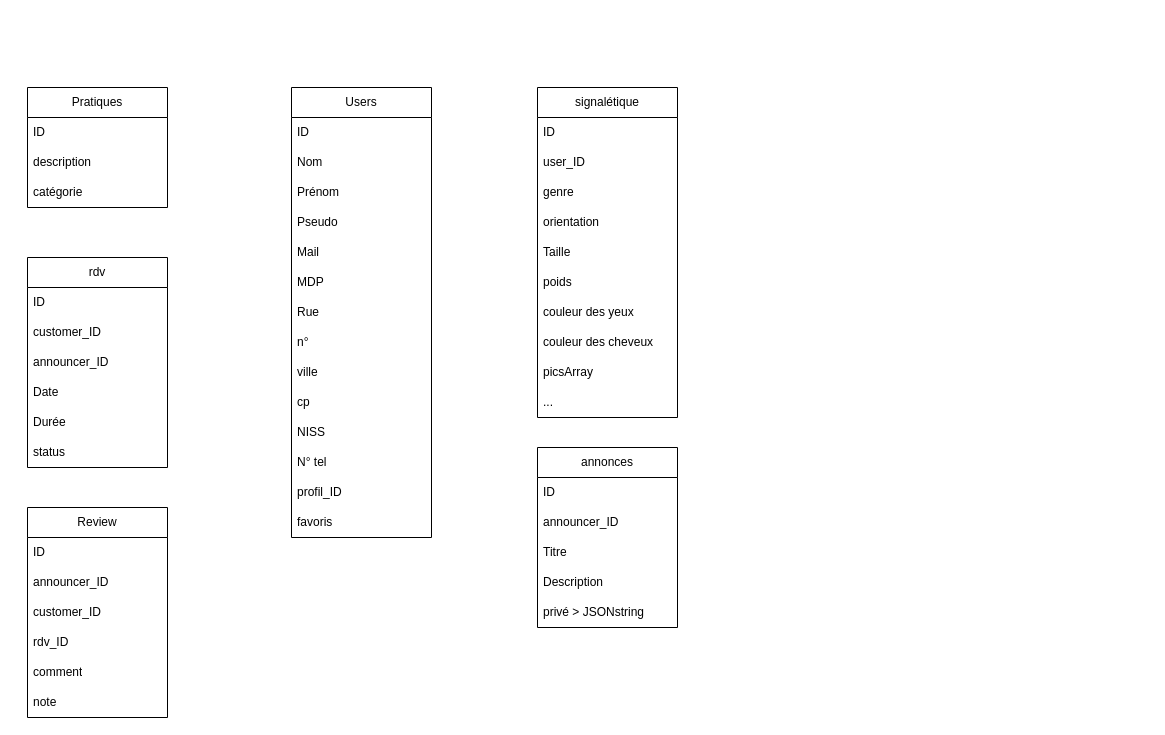
Before: Diagramme sans nom.drawio in Coudji/mydraws, a draw.io diagram. Source tidied: cells renumbered, new cells numbered last; positions are measured from the earlier drawing's top-left corner, leaving out a move shared by most shapes. Both pictures are drawn from the tidied source at 100%, with x=0, y=0 at pixel (27, 87).
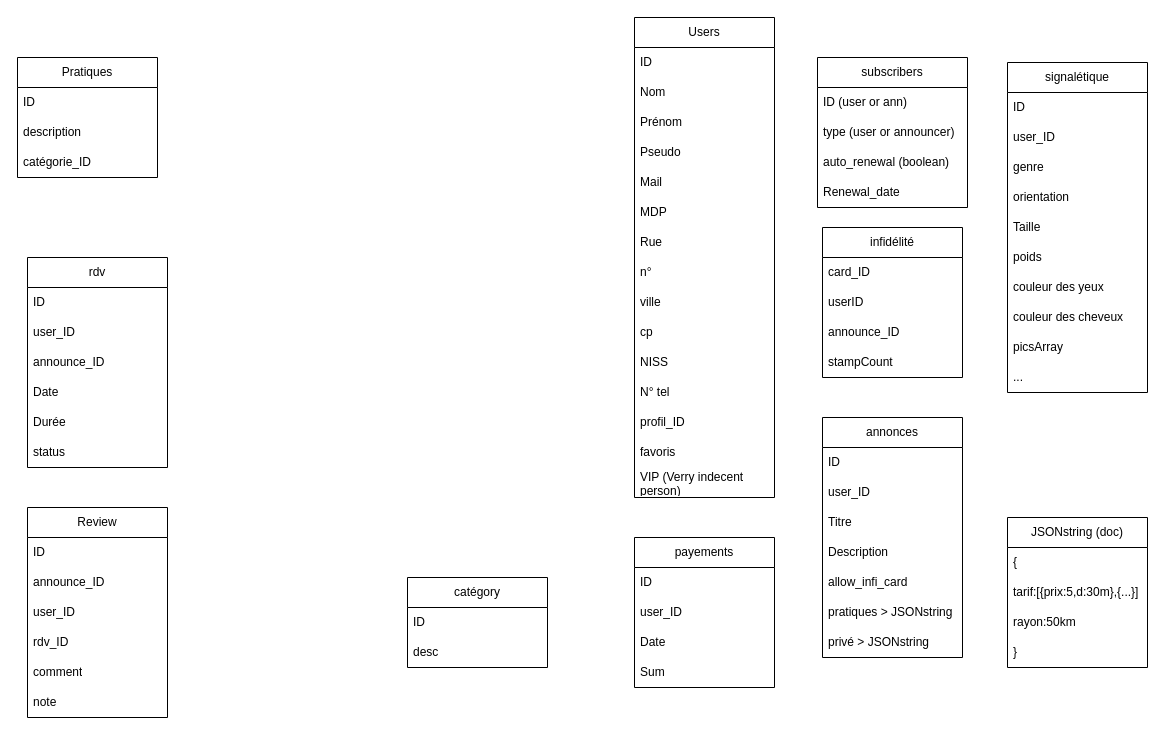
After the change.

Commit message:
Mettre à jour Diagramme sans nom.drawio

The change refers to these unchanged cells:
```xml
<mxCell id="32" value="rdv" style="swimlane;fontStyle=0;horizontal=1;startSize=30;whiteSpace=wrap;html=1;" parent="1" vertex="1">
  <mxGeometry y="170" width="140" height="210" as="geometry" />
</mxCell>
<mxCell id="39" value="Review" style="swimlane;fontStyle=0;horizontal=1;startSize=30;whiteSpace=wrap;html=1;" parent="1" vertex="1">
  <mxGeometry y="420" width="140" height="210" as="geometry" />
</mxCell>
```

Change to the diagram source:
```diff
@@
     <mxCell id="2" value="Users" style="swimlane;fontStyle=0;horizontal=1;startSize=30;whiteSpace=wrap;html=1;" parent="1" vertex="1">
-      <mxGeometry x="264" width="140" height="450" as="geometry" />
+      <mxGeometry x="607" y="-70" width="140" height="480" as="geometry" />
     </mxCell>
@@
+    <mxCell id="52" value="VIP (Verry indecent person)" style="text;strokeColor=none;fillColor=none;align=left;verticalAlign=middle;spacingLeft=4;spacingRight=4;overflow=hidden;whiteSpace=wrap;html=1;" parent="2" vertex="1">
+      <mxGeometry y="450" width="140" height="30" as="geometry" />
+    </mxCell>
     <mxCell id="17" value="signalétique" style="swimlane;fontStyle=0;horizontal=1;startSize=30;whiteSpace=wrap;html=1;" parent="1" vertex="1">
-      <mxGeometry x="510" width="140" height="330" as="geometry" />
+      <mxGeometry x="980" y="-25" width="140" height="330" as="geometry" />
     </mxCell>
@@
     <mxCell id="28" value="Pratiques" style="swimlane;fontStyle=0;horizontal=1;startSize=30;whiteSpace=wrap;html=1;" parent="1" vertex="1">
-      <mxGeometry width="140" height="120" as="geometry" />
+      <mxGeometry x="-10" y="-30" width="140" height="120" as="geometry" />
     </mxCell>
@@
-    <mxCell id="31" value="catégorie" style="text;strokeColor=none;fillColor=none;align=left;verticalAlign=middle;spacingLeft=4;spacingRight=4;overflow=hidden;whiteSpace=wrap;html=1;" parent="28" vertex="1">
+    <mxCell id="31" value="catégorie_ID" style="text;strokeColor=none;fillColor=none;align=left;verticalAlign=middle;spacingLeft=4;spacingRight=4;overflow=hidden;whiteSpace=wrap;html=1;" parent="28" vertex="1">
       <mxGeometry y="90" width="140" height="30" as="geometry" />
     </mxCell>
@@
-    <mxCell id="34" value="customer_ID" style="text;strokeColor=none;fillColor=none;align=left;verticalAlign=middle;spacingLeft=4;spacingRight=4;overflow=hidden;whiteSpace=wrap;html=1;" parent="32" vertex="1">
+    <mxCell id="34" value="user_ID" style="text;strokeColor=none;fillColor=none;align=left;verticalAlign=middle;spacingLeft=4;spacingRight=4;overflow=hidden;whiteSpace=wrap;html=1;" parent="32" vertex="1">
       <mxGeometry y="60" width="140" height="30" as="geometry" />
     </mxCell>
-    <mxCell id="35" value="announcer_ID" style="text;strokeColor=none;fillColor=none;align=left;verticalAlign=middle;spacingLeft=4;spacingRight=4;overflow=hidden;whiteSpace=wrap;html=1;" parent="32" vertex="1">
+    <mxCell id="35" value="announce_ID" style="text;strokeColor=none;fillColor=none;align=left;verticalAlign=middle;spacingLeft=4;spacingRight=4;overflow=hidden;whiteSpace=wrap;html=1;" parent="32" vertex="1">
       <mxGeometry y="90" width="140" height="30" as="geometry" />
     </mxCell>
@@
-    <mxCell id="41" value="announcer_ID" style="text;strokeColor=none;fillColor=none;align=left;verticalAlign=middle;spacingLeft=4;spacingRight=4;overflow=hidden;whiteSpace=wrap;html=1;" parent="39" vertex="1">
+    <mxCell id="41" value="announce_ID" style="text;strokeColor=none;fillColor=none;align=left;verticalAlign=middle;spacingLeft=4;spacingRight=4;overflow=hidden;whiteSpace=wrap;html=1;" parent="39" vertex="1">
       <mxGeometry y="60" width="140" height="30" as="geometry" />
     </mxCell>
-    <mxCell id="42" value="customer_ID" style="text;strokeColor=none;fillColor=none;align=left;verticalAlign=middle;spacingLeft=4;spacingRight=4;overflow=hidden;whiteSpace=wrap;html=1;" parent="39" vertex="1">
+    <mxCell id="42" value="user_ID" style="text;strokeColor=none;fillColor=none;align=left;verticalAlign=middle;spacingLeft=4;spacingRight=4;overflow=hidden;whiteSpace=wrap;html=1;" parent="39" vertex="1">
       <mxGeometry y="90" width="140" height="30" as="geometry" />
     </mxCell>
@@
     <mxCell id="46" value="annonces" style="swimlane;fontStyle=0;horizontal=1;startSize=30;whiteSpace=wrap;html=1;" parent="1" vertex="1">
-      <mxGeometry x="510" y="360" width="140" height="180" as="geometry" />
+      <mxGeometry x="795" y="330" width="140" height="240" as="geometry" />
     </mxCell>
@@
-    <mxCell id="48" value="announcer_ID" style="text;strokeColor=none;fillColor=none;align=left;verticalAlign=middle;spacingLeft=4;spacingRight=4;overflow=hidden;whiteSpace=wrap;html=1;" parent="46" vertex="1">
+    <mxCell id="48" value="user_ID" style="text;strokeColor=none;fillColor=none;align=left;verticalAlign=middle;spacingLeft=4;spacingRight=4;overflow=hidden;whiteSpace=wrap;html=1;" parent="46" vertex="1">
       <mxGeometry y="60" width="140" height="30" as="geometry" />
     </mxCell>
@@
+    <mxCell id="53" value="Description" style="text;strokeColor=none;fillColor=none;align=left;verticalAlign=middle;spacingLeft=4;spacingRight=4;overflow=hidden;whiteSpace=wrap;html=1;" parent="46" vertex="1">
+      <mxGeometry y="120" width="140" height="30" as="geometry" />
+    </mxCell>
-    <mxCell id="50" value="Description" style="text;strokeColor=none;fillColor=none;align=left;verticalAlign=middle;spacingLeft=4;spacingRight=4;overflow=hidden;whiteSpace=wrap;html=1;" parent="46" vertex="1">
-      <mxGeometry y="120" width="140" height="30" as="geometry" />
+    <mxCell id="50" value="allow_infi_card" style="text;strokeColor=none;fillColor=none;align=left;verticalAlign=middle;spacingLeft=4;spacingRight=4;overflow=hidden;whiteSpace=wrap;html=1;" parent="46" vertex="1">
+      <mxGeometry y="150" width="140" height="30" as="geometry" />
     </mxCell>
+    <mxCell id="54" value="pratiques &amp;gt; JSONstring" style="text;strokeColor=none;fillColor=none;align=left;verticalAlign=middle;spacingLeft=4;spacingRight=4;overflow=hidden;whiteSpace=wrap;html=1;" parent="46" vertex="1">
+      <mxGeometry y="180" width="140" height="30" as="geometry" />
+    </mxCell>
     <mxCell id="51" value="privé &amp;gt; JSONstring" style="text;strokeColor=none;fillColor=none;align=left;verticalAlign=middle;spacingLeft=4;spacingRight=4;overflow=hidden;whiteSpace=wrap;html=1;" parent="46" vertex="1">
-      <mxGeometry y="150" width="140" height="30" as="geometry" />
+      <mxGeometry y="210" width="140" height="30" as="geometry" />
     </mxCell>
+    <mxCell id="55" value="JSONstring (doc)" style="swimlane;fontStyle=0;horizontal=1;startSize=30;whiteSpace=wrap;html=1;" parent="1" vertex="1">
+      <mxGeometry x="980" y="430" width="140" height="150" as="geometry" />
+    </mxCell>
+    <mxCell id="56" value="{" style="text;strokeColor=none;fillColor=none;align=left;verticalAlign=middle;spacingLeft=4;spacingRight=4;overflow=hidden;whiteSpace=wrap;html=1;" parent="55" vertex="1">
+      <mxGeometry y="30" width="140" height="30" as="geometry" />
+    </mxCell>
+    <mxCell id="57" value="tarif:[{prix:5,d:30m},{...}]" style="text;strokeColor=none;fillColor=none;align=left;verticalAlign=middle;spacingLeft=4;spacingRight=4;overflow=hidden;whiteSpace=wrap;html=1;" parent="55" vertex="1">
+      <mxGeometry y="60" width="140" height="30" as="geometry" />
+    </mxCell>
+    <mxCell id="58" value="rayon:50km" style="text;strokeColor=none;fillColor=none;align=left;verticalAlign=middle;spacingLeft=4;spacingRight=4;overflow=hidden;whiteSpace=wrap;html=1;" parent="55" vertex="1">
+      <mxGeometry y="90" width="140" height="30" as="geometry" />
+    </mxCell>
+    <mxCell id="59" value="}" style="text;strokeColor=none;fillColor=none;align=left;verticalAlign=middle;spacingLeft=4;spacingRight=4;overflow=hidden;whiteSpace=wrap;html=1;" parent="55" vertex="1">
+      <mxGeometry y="120" width="140" height="30" as="geometry" />
+    </mxCell>
+    <mxCell id="60" value="subscribers" style="swimlane;fontStyle=0;horizontal=1;startSize=30;whiteSpace=wrap;html=1;" parent="1" vertex="1">
+      <mxGeometry x="790" y="-30" width="150" height="150" as="geometry" />
+    </mxCell>
+    <mxCell id="61" value="ID (user or ann)" style="text;strokeColor=none;fillColor=none;align=left;verticalAlign=middle;spacingLeft=4;spacingRight=4;overflow=hidden;whiteSpace=wrap;html=1;" parent="60" vertex="1">
+      <mxGeometry y="30" width="150" height="30" as="geometry" />
+    </mxCell>
+    <mxCell id="62" value="type (user or announcer)" style="text;strokeColor=none;fillColor=none;align=left;verticalAlign=middle;spacingLeft=4;spacingRight=4;overflow=hidden;whiteSpace=wrap;html=1;" parent="60" vertex="1">
+      <mxGeometry y="60" width="150" height="30" as="geometry" />
+    </mxCell>
+    <mxCell id="63" value="auto_renewal (boolean)" style="text;strokeColor=none;fillColor=none;align=left;verticalAlign=middle;spacingLeft=4;spacingRight=4;overflow=hidden;whiteSpace=wrap;html=1;" parent="60" vertex="1">
+      <mxGeometry y="90" width="150" height="30" as="geometry" />
+    </mxCell>
+    <mxCell id="64" value="Renewal_date" style="text;strokeColor=none;fillColor=none;align=left;verticalAlign=middle;spacingLeft=4;spacingRight=4;overflow=hidden;whiteSpace=wrap;html=1;" parent="60" vertex="1">
+      <mxGeometry y="120" width="150" height="30" as="geometry" />
+    </mxCell>
+    <mxCell id="65" value="infidélité" style="swimlane;fontStyle=0;horizontal=1;startSize=30;whiteSpace=wrap;html=1;" parent="1" vertex="1">
+      <mxGeometry x="795" y="140" width="140" height="150" as="geometry" />
+    </mxCell>
+    <mxCell id="66" value="card_ID" style="text;strokeColor=none;fillColor=none;align=left;verticalAlign=middle;spacingLeft=4;spacingRight=4;overflow=hidden;whiteSpace=wrap;html=1;" parent="65" vertex="1">
+      <mxGeometry y="30" width="140" height="30" as="geometry" />
+    </mxCell>
+    <mxCell id="67" value="userID" style="text;strokeColor=none;fillColor=none;align=left;verticalAlign=middle;spacingLeft=4;spacingRight=4;overflow=hidden;whiteSpace=wrap;html=1;" parent="65" vertex="1">
+      <mxGeometry y="60" width="140" height="30" as="geometry" />
+    </mxCell>
+    <mxCell id="68" value="announce_ID" style="text;strokeColor=none;fillColor=none;align=left;verticalAlign=middle;spacingLeft=4;spacingRight=4;overflow=hidden;whiteSpace=wrap;html=1;" parent="65" vertex="1">
+      <mxGeometry y="90" width="140" height="30" as="geometry" />
+    </mxCell>
+    <mxCell id="69" value="stampCount" style="text;strokeColor=none;fillColor=none;align=left;verticalAlign=middle;spacingLeft=4;spacingRight=4;overflow=hidden;whiteSpace=wrap;html=1;" parent="65" vertex="1">
+      <mxGeometry y="120" width="140" height="30" as="geometry" />
+    </mxCell>
+    <mxCell id="70" value="payements" style="swimlane;fontStyle=0;horizontal=1;startSize=30;whiteSpace=wrap;html=1;" parent="1" vertex="1">
+      <mxGeometry x="607" y="450" width="140" height="150" as="geometry" />
+    </mxCell>
+    <mxCell id="71" value="ID" style="text;strokeColor=none;fillColor=none;align=left;verticalAlign=middle;spacingLeft=4;spacingRight=4;overflow=hidden;whiteSpace=wrap;html=1;" parent="70" vertex="1">
+      <mxGeometry y="30" width="140" height="30" as="geometry" />
+    </mxCell>
+    <mxCell id="72" value="user_ID" style="text;strokeColor=none;fillColor=none;align=left;verticalAlign=middle;spacingLeft=4;spacingRight=4;overflow=hidden;whiteSpace=wrap;html=1;" parent="70" vertex="1">
+      <mxGeometry y="60" width="140" height="30" as="geometry" />
+    </mxCell>
+    <mxCell id="73" value="Date" style="text;strokeColor=none;fillColor=none;align=left;verticalAlign=middle;spacingLeft=4;spacingRight=4;overflow=hidden;whiteSpace=wrap;html=1;" parent="70" vertex="1">
+      <mxGeometry y="90" width="140" height="30" as="geometry" />
+    </mxCell>
+    <mxCell id="74" value="Sum" style="text;strokeColor=none;fillColor=none;align=left;verticalAlign=middle;spacingLeft=4;spacingRight=4;overflow=hidden;whiteSpace=wrap;html=1;" parent="70" vertex="1">
+      <mxGeometry y="120" width="140" height="30" as="geometry" />
+    </mxCell>
+    <mxCell id="75" value="catégory" style="swimlane;fontStyle=0;horizontal=1;startSize=30;whiteSpace=wrap;html=1;" parent="1" vertex="1">
+      <mxGeometry x="380" y="490" width="140" height="90" as="geometry" />
+    </mxCell>
+    <mxCell id="76" value="ID" style="text;strokeColor=none;fillColor=none;align=left;verticalAlign=middle;spacingLeft=4;spacingRight=4;overflow=hidden;whiteSpace=wrap;html=1;" parent="75" vertex="1">
+      <mxGeometry y="30" width="140" height="30" as="geometry" />
+    </mxCell>
+    <mxCell id="77" value="desc" style="text;strokeColor=none;fillColor=none;align=left;verticalAlign=middle;spacingLeft=4;spacingRight=4;overflow=hidden;whiteSpace=wrap;html=1;" parent="75" vertex="1">
+      <mxGeometry y="60" width="140" height="30" as="geometry" />
+    </mxCell>
```
